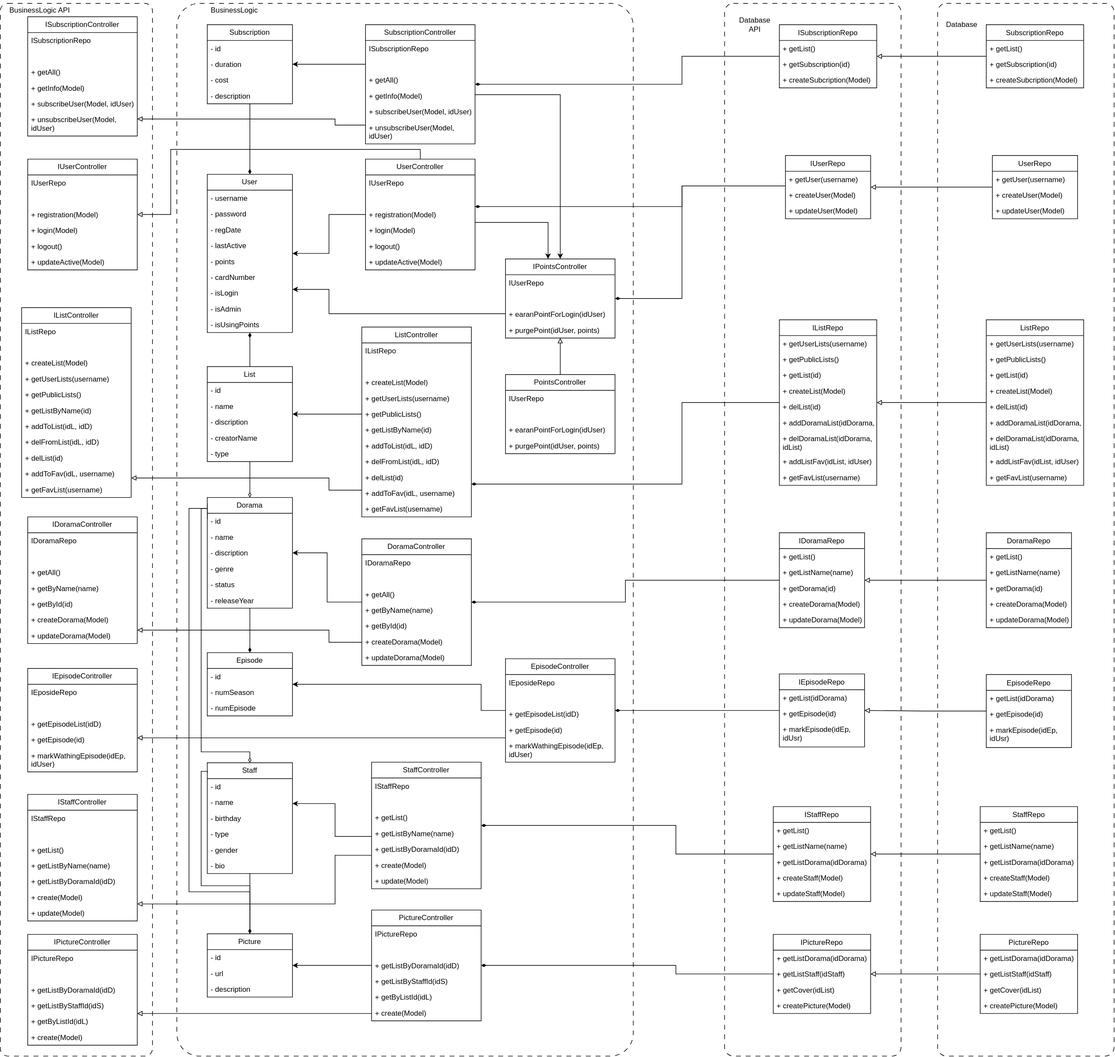
Before: docs/img/uml.svg, a diagram exported from draw.io (AskaryanKarine/DoramaSet). Source tidied: cells renumbered, new cells last; positions are measured from the earlier drawing's top-left corner, leaving out a move shared by most shapes.
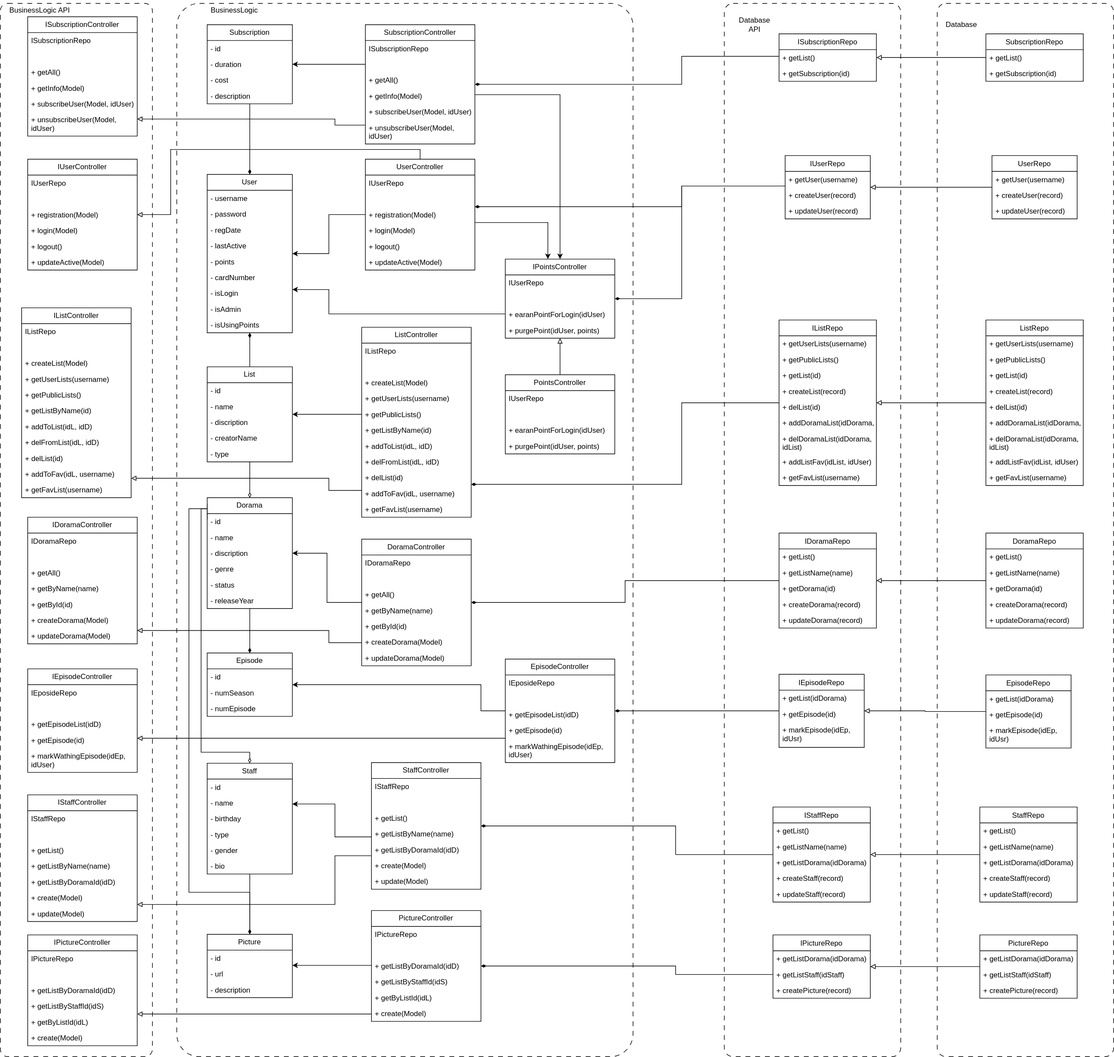
After the change.

The edit, as a diff of the source:
```diff
@@ -193,16 +193,6 @@
     <mxCell id="59" style="edgeStyle=orthogonalEdgeStyle;rounded=0;jettySize=auto;html=1;startArrow=diamondThin;startFill=1;endArrow=none;endFill=0;" parent="1" edge="1" source="62" target="43">
       <mxGeometry relative="1" as="geometry" />
     </mxCell>
-    <mxCell id="60" style="edgeStyle=orthogonalEdgeStyle;rounded=0;jettySize=auto;html=1;exitX=0.5;exitY=0;exitDx=0;exitDy=0;entryX=0.001;entryY=0.09;entryDx=0;entryDy=0;entryPerimeter=0;endArrow=none;endFill=0;" parent="1" edge="1" source="62" target="43">
-      <mxGeometry relative="1" as="geometry">
-        <Array as="points">
-          <mxPoint x="410" y="1455" />
-          <mxPoint x="330" y="1455" />
-          <mxPoint x="330" y="1267" />
-          <mxPoint x="340" y="1267" />
-        </Array>
-      </mxGeometry>
-    </mxCell>
     <mxCell id="61" style="edgeStyle=orthogonalEdgeStyle;rounded=0;jettySize=auto;html=1;endArrow=none;endFill=0;" parent="1" edge="1" source="62">
       <mxGeometry relative="1" as="geometry">
         <mxPoint x="340" y="853" as="targetPoint" />
@@ -463,7 +453,7 @@
     <mxCell id="125" value="+ getList(id)" style="text;strokeColor=none;fillColor=none;align=left;verticalAlign=top;spacingLeft=4;spacingRight=4;overflow=hidden;" parent="122" vertex="1">
       <mxGeometry y="78" width="160" height="26" as="geometry" />
     </mxCell>
-    <mxCell id="126" value="+ createList(Model)" style="text;strokeColor=none;fillColor=none;align=left;verticalAlign=top;spacingLeft=4;spacingRight=4;overflow=hidden;" parent="122" vertex="1">
+    <mxCell id="126" value="+ createList(record)" style="text;strokeColor=none;fillColor=none;align=left;verticalAlign=top;spacingLeft=4;spacingRight=4;overflow=hidden;" parent="122" vertex="1">
       <mxGeometry y="104" width="160" height="26" as="geometry" />
     </mxCell>
     <mxCell id="127" value="+ delList(id)" style="text;strokeColor=none;fillColor=none;align=left;verticalAlign=top;spacingLeft=4;spacingRight=4;overflow=hidden;" parent="122" vertex="1">
@@ -482,25 +472,25 @@
       <mxGeometry y="246" width="160" height="26" as="geometry" />
     </mxCell>
     <mxCell id="132" value="IDoramaRepo" style="swimlane;fontStyle=0;horizontal=1;startSize=26;fillColor=none;" parent="1" vertex="1">
-      <mxGeometry x="1280" y="875" width="140" height="156" as="geometry" />
+      <mxGeometry x="1280" y="875" width="160" height="156" as="geometry" />
     </mxCell>
     <mxCell id="133" value="+ getList()" style="text;strokeColor=none;fillColor=none;align=left;verticalAlign=top;spacingLeft=4;spacingRight=4;overflow=hidden;" parent="132" vertex="1">
-      <mxGeometry y="26" width="140" height="26" as="geometry" />
+      <mxGeometry y="26" width="160" height="26" as="geometry" />
     </mxCell>
     <mxCell id="134" value="+ getListName(name)" style="text;strokeColor=none;fillColor=none;align=left;verticalAlign=top;spacingLeft=4;spacingRight=4;overflow=hidden;" parent="132" vertex="1">
-      <mxGeometry y="52" width="140" height="26" as="geometry" />
+      <mxGeometry y="52" width="160" height="26" as="geometry" />
     </mxCell>
     <mxCell id="135" value="+ getDorama(id)" style="text;strokeColor=none;fillColor=none;align=left;verticalAlign=top;spacingLeft=4;spacingRight=4;overflow=hidden;" parent="132" vertex="1">
-      <mxGeometry y="78" width="140" height="26" as="geometry" />
+      <mxGeometry y="78" width="160" height="26" as="geometry" />
     </mxCell>
-    <mxCell id="136" value="+ createDorama(Model)" style="text;strokeColor=none;fillColor=none;align=left;verticalAlign=top;spacingLeft=4;spacingRight=4;overflow=hidden;" parent="132" vertex="1">
-      <mxGeometry y="104" width="140" height="26" as="geometry" />
+    <mxCell id="136" value="+ createDorama(record)" style="text;strokeColor=none;fillColor=none;align=left;verticalAlign=top;spacingLeft=4;spacingRight=4;overflow=hidden;" parent="132" vertex="1">
+      <mxGeometry y="104" width="160" height="26" as="geometry" />
     </mxCell>
-    <mxCell id="137" value="+ updateDorama(Model)" style="text;strokeColor=none;fillColor=none;align=left;verticalAlign=top;spacingLeft=4;spacingRight=4;overflow=hidden;" parent="132" vertex="1">
-      <mxGeometry y="130" width="140" height="26" as="geometry" />
+    <mxCell id="137" value="+ updateDorama(record)" style="text;strokeColor=none;fillColor=none;align=left;verticalAlign=top;spacingLeft=4;spacingRight=4;overflow=hidden;" parent="132" vertex="1">
+      <mxGeometry y="130" width="160" height="26" as="geometry" />
     </mxCell>
     <mxCell id="138" value="ISubscriptionRepo" style="swimlane;fontStyle=0;horizontal=1;startSize=26;fillColor=none;" parent="1" vertex="1">
-      <mxGeometry x="1280" y="40" width="160" height="104" as="geometry" />
+      <mxGeometry x="1280" y="55" width="160" height="78" as="geometry" />
     </mxCell>
     <mxCell id="139" value="+ getList()" style="text;strokeColor=none;fillColor=none;align=left;verticalAlign=top;spacingLeft=4;spacingRight=4;overflow=hidden;" parent="138" vertex="1">
       <mxGeometry y="26" width="160" height="26" as="geometry" />
@@ -508,19 +498,16 @@
     <mxCell id="140" value="+ getSubscription(id)" style="text;strokeColor=none;fillColor=none;align=left;verticalAlign=top;spacingLeft=4;spacingRight=4;overflow=hidden;" parent="138" vertex="1">
       <mxGeometry y="52" width="160" height="26" as="geometry" />
     </mxCell>
-    <mxCell id="141" value="+ createSubcription(Model)" style="text;strokeColor=none;fillColor=none;align=left;verticalAlign=top;spacingLeft=4;spacingRight=4;overflow=hidden;" parent="138" vertex="1">
-      <mxGeometry y="78" width="160" height="26" as="geometry" />
-    </mxCell>
     <mxCell id="142" value="IUserRepo" style="swimlane;fontStyle=0;horizontal=1;startSize=26;fillColor=none;" parent="1" vertex="1">
       <mxGeometry x="1290" y="255" width="140" height="104" as="geometry" />
     </mxCell>
     <mxCell id="143" value="+ getUser(username)" style="text;strokeColor=none;fillColor=none;align=left;verticalAlign=top;spacingLeft=4;spacingRight=4;overflow=hidden;" parent="142" vertex="1">
       <mxGeometry y="26" width="140" height="26" as="geometry" />
     </mxCell>
-    <mxCell id="144" value="+ createUser(Model)" style="text;strokeColor=none;fillColor=none;align=left;verticalAlign=top;spacingLeft=4;spacingRight=4;overflow=hidden;" parent="142" vertex="1">
+    <mxCell id="144" value="+ createUser(record)" style="text;strokeColor=none;fillColor=none;align=left;verticalAlign=top;spacingLeft=4;spacingRight=4;overflow=hidden;" parent="142" vertex="1">
       <mxGeometry y="52" width="140" height="26" as="geometry" />
     </mxCell>
-    <mxCell id="145" value="+ updateUser(Model)" style="text;strokeColor=none;fillColor=none;align=left;verticalAlign=top;spacingLeft=4;spacingRight=4;overflow=hidden;" parent="142" vertex="1">
+    <mxCell id="145" value="+ updateUser(record)" style="text;strokeColor=none;fillColor=none;align=left;verticalAlign=top;spacingLeft=4;spacingRight=4;overflow=hidden;" parent="142" vertex="1">
       <mxGeometry y="78" width="140" height="26" as="geometry" />
     </mxCell>
     <mxCell id="146" value="IStaffRepo" style="swimlane;fontStyle=0;horizontal=1;startSize=26;fillColor=none;" parent="1" vertex="1">
@@ -535,14 +522,14 @@
     <mxCell id="149" value="+ getListDorama(idDorama)" style="text;strokeColor=none;fillColor=none;align=left;verticalAlign=top;spacingLeft=4;spacingRight=4;overflow=hidden;" parent="146" vertex="1">
       <mxGeometry y="78" width="160" height="26" as="geometry" />
     </mxCell>
-    <mxCell id="150" value="+ createStaff(Model)" style="text;strokeColor=none;fillColor=none;align=left;verticalAlign=top;spacingLeft=4;spacingRight=4;overflow=hidden;" parent="146" vertex="1">
+    <mxCell id="150" value="+ createStaff(record)" style="text;strokeColor=none;fillColor=none;align=left;verticalAlign=top;spacingLeft=4;spacingRight=4;overflow=hidden;" parent="146" vertex="1">
       <mxGeometry y="104" width="160" height="26" as="geometry" />
     </mxCell>
-    <mxCell id="151" value="+ updateStaff(Model)" style="text;strokeColor=none;fillColor=none;align=left;verticalAlign=top;spacingLeft=4;spacingRight=4;overflow=hidden;" parent="146" vertex="1">
+    <mxCell id="151" value="+ updateStaff(record)" style="text;strokeColor=none;fillColor=none;align=left;verticalAlign=top;spacingLeft=4;spacingRight=4;overflow=hidden;" parent="146" vertex="1">
       <mxGeometry y="130" width="160" height="26" as="geometry" />
     </mxCell>
     <mxCell id="152" value="IPictureRepo" style="swimlane;fontStyle=0;horizontal=1;startSize=26;fillColor=none;" parent="1" vertex="1">
-      <mxGeometry x="1270" y="1535" width="160" height="130" as="geometry" />
+      <mxGeometry x="1270" y="1535" width="160" height="104" as="geometry" />
     </mxCell>
     <mxCell id="153" value="+ getListDorama(idDorama)" style="text;strokeColor=none;fillColor=none;align=left;verticalAlign=top;spacingLeft=4;spacingRight=4;overflow=hidden;" parent="152" vertex="1">
       <mxGeometry y="26" width="160" height="26" as="geometry" />
@@ -550,11 +537,8 @@
     <mxCell id="154" value="+ getListStaff(idStaff)" style="text;strokeColor=none;fillColor=none;align=left;verticalAlign=top;spacingLeft=4;spacingRight=4;overflow=hidden;" parent="152" vertex="1">
       <mxGeometry y="52" width="160" height="26" as="geometry" />
     </mxCell>
-    <mxCell id="155" value="+ getCover(idList)" style="text;strokeColor=none;fillColor=none;align=left;verticalAlign=top;spacingLeft=4;spacingRight=4;overflow=hidden;" parent="152" vertex="1">
-      <mxGeometry y="78" width="160" height="26" as="geometry" />
-    </mxCell>
-    <mxCell id="156" value="+ createPicture(Model)" style="text;strokeColor=none;fillColor=none;align=left;verticalAlign=top;spacingLeft=4;spacingRight=4;overflow=hidden;" parent="152" vertex="1">
-      <mxGeometry y="104" width="160" height="26" as="geometry" />
+    <mxCell id="156" value="+ createPicture(record)" style="text;strokeColor=none;fillColor=none;align=left;verticalAlign=top;spacingLeft=4;spacingRight=4;overflow=hidden;" parent="152" vertex="1">
+      <mxGeometry y="78" width="160" height="26" as="geometry" />
     </mxCell>
     <mxCell id="157" style="edgeStyle=orthogonalEdgeStyle;rounded=0;jettySize=auto;html=1;startArrow=none;startFill=0;endArrow=block;endFill=0;" parent="1" edge="1" source="158" target="122">
       <mxGeometry relative="1" as="geometry" />
@@ -571,7 +555,7 @@
     <mxCell id="161" value="+ getList(id)" style="text;strokeColor=none;fillColor=none;align=left;verticalAlign=top;spacingLeft=4;spacingRight=4;overflow=hidden;" parent="158" vertex="1">
       <mxGeometry y="78" width="160" height="26" as="geometry" />
     </mxCell>
-    <mxCell id="162" value="+ createList(Model)" style="text;strokeColor=none;fillColor=none;align=left;verticalAlign=top;spacingLeft=4;spacingRight=4;overflow=hidden;" parent="158" vertex="1">
+    <mxCell id="162" value="+ createList(record)" style="text;strokeColor=none;fillColor=none;align=left;verticalAlign=top;spacingLeft=4;spacingRight=4;overflow=hidden;" parent="158" vertex="1">
       <mxGeometry y="104" width="160" height="26" as="geometry" />
     </mxCell>
     <mxCell id="163" value="+ delList(id)" style="text;strokeColor=none;fillColor=none;align=left;verticalAlign=top;spacingLeft=4;spacingRight=4;overflow=hidden;" parent="158" vertex="1">
@@ -593,28 +577,28 @@
       <mxGeometry relative="1" as="geometry" />
     </mxCell>
     <mxCell id="169" value="DoramaRepo" style="swimlane;fontStyle=0;horizontal=1;startSize=26;fillColor=none;" parent="1" vertex="1">
-      <mxGeometry x="1620" y="875" width="140" height="156" as="geometry" />
+      <mxGeometry x="1620" y="875" width="160" height="156" as="geometry" />
     </mxCell>
     <mxCell id="170" value="+ getList()" style="text;strokeColor=none;fillColor=none;align=left;verticalAlign=top;spacingLeft=4;spacingRight=4;overflow=hidden;" parent="169" vertex="1">
-      <mxGeometry y="26" width="140" height="26" as="geometry" />
+      <mxGeometry y="26" width="160" height="26" as="geometry" />
     </mxCell>
     <mxCell id="171" value="+ getListName(name)" style="text;strokeColor=none;fillColor=none;align=left;verticalAlign=top;spacingLeft=4;spacingRight=4;overflow=hidden;" parent="169" vertex="1">
-      <mxGeometry y="52" width="140" height="26" as="geometry" />
+      <mxGeometry y="52" width="160" height="26" as="geometry" />
     </mxCell>
     <mxCell id="172" value="+ getDorama(id)" style="text;strokeColor=none;fillColor=none;align=left;verticalAlign=top;spacingLeft=4;spacingRight=4;overflow=hidden;" parent="169" vertex="1">
-      <mxGeometry y="78" width="140" height="26" as="geometry" />
+      <mxGeometry y="78" width="160" height="26" as="geometry" />
     </mxCell>
-    <mxCell id="173" value="+ createDorama(Model)" style="text;strokeColor=none;fillColor=none;align=left;verticalAlign=top;spacingLeft=4;spacingRight=4;overflow=hidden;" parent="169" vertex="1">
-      <mxGeometry y="104" width="140" height="26" as="geometry" />
+    <mxCell id="173" value="+ createDorama(record)" style="text;strokeColor=none;fillColor=none;align=left;verticalAlign=top;spacingLeft=4;spacingRight=4;overflow=hidden;" parent="169" vertex="1">
+      <mxGeometry y="104" width="160" height="26" as="geometry" />
     </mxCell>
-    <mxCell id="174" value="+ updateDorama(Model)" style="text;strokeColor=none;fillColor=none;align=left;verticalAlign=top;spacingLeft=4;spacingRight=4;overflow=hidden;" parent="169" vertex="1">
-      <mxGeometry y="130" width="140" height="26" as="geometry" />
+    <mxCell id="174" value="+ updateDorama(record)" style="text;strokeColor=none;fillColor=none;align=left;verticalAlign=top;spacingLeft=4;spacingRight=4;overflow=hidden;" parent="169" vertex="1">
+      <mxGeometry y="130" width="160" height="26" as="geometry" />
     </mxCell>
     <mxCell id="175" style="edgeStyle=orthogonalEdgeStyle;rounded=0;jettySize=auto;html=1;startArrow=none;startFill=0;endArrow=block;endFill=0;" parent="1" edge="1" source="176" target="138">
       <mxGeometry relative="1" as="geometry" />
     </mxCell>
     <mxCell id="176" value="SubscriptionRepo" style="swimlane;fontStyle=0;horizontal=1;startSize=26;fillColor=none;" parent="1" vertex="1">
-      <mxGeometry x="1620" y="40" width="160" height="104" as="geometry" />
+      <mxGeometry x="1620" y="55" width="160" height="78" as="geometry" />
     </mxCell>
     <mxCell id="177" value="+ getList()" style="text;strokeColor=none;fillColor=none;align=left;verticalAlign=top;spacingLeft=4;spacingRight=4;overflow=hidden;" parent="176" vertex="1">
       <mxGeometry y="26" width="160" height="26" as="geometry" />
@@ -622,9 +606,6 @@
     <mxCell id="178" value="+ getSubscription(id)" style="text;strokeColor=none;fillColor=none;align=left;verticalAlign=top;spacingLeft=4;spacingRight=4;overflow=hidden;" parent="176" vertex="1">
       <mxGeometry y="52" width="160" height="26" as="geometry" />
     </mxCell>
-    <mxCell id="179" value="+ createSubcription(Model)" style="text;strokeColor=none;fillColor=none;align=left;verticalAlign=top;spacingLeft=4;spacingRight=4;overflow=hidden;" parent="176" vertex="1">
-      <mxGeometry y="78" width="160" height="26" as="geometry" />
-    </mxCell>
     <mxCell id="180" style="edgeStyle=orthogonalEdgeStyle;rounded=0;jettySize=auto;html=1;startArrow=none;startFill=0;endArrow=block;endFill=0;" parent="1" edge="1" source="181" target="142">
       <mxGeometry relative="1" as="geometry" />
     </mxCell>
@@ -634,10 +615,10 @@
     <mxCell id="182" value="+ getUser(username)" style="text;strokeColor=none;fillColor=none;align=left;verticalAlign=top;spacingLeft=4;spacingRight=4;overflow=hidden;" parent="181" vertex="1">
       <mxGeometry y="26" width="140" height="26" as="geometry" />
     </mxCell>
-    <mxCell id="183" value="+ createUser(Model)" style="text;strokeColor=none;fillColor=none;align=left;verticalAlign=top;spacingLeft=4;spacingRight=4;overflow=hidden;" parent="181" vertex="1">
+    <mxCell id="183" value="+ createUser(record)" style="text;strokeColor=none;fillColor=none;align=left;verticalAlign=top;spacingLeft=4;spacingRight=4;overflow=hidden;" parent="181" vertex="1">
       <mxGeometry y="52" width="140" height="26" as="geometry" />
     </mxCell>
-    <mxCell id="184" value="+ updateUser(Model)" style="text;strokeColor=none;fillColor=none;align=left;verticalAlign=top;spacingLeft=4;spacingRight=4;overflow=hidden;" parent="181" vertex="1">
+    <mxCell id="184" value="+ updateUser(record)" style="text;strokeColor=none;fillColor=none;align=left;verticalAlign=top;spacingLeft=4;spacingRight=4;overflow=hidden;" parent="181" vertex="1">
       <mxGeometry y="78" width="140" height="26" as="geometry" />
     </mxCell>
     <mxCell id="185" style="edgeStyle=orthogonalEdgeStyle;rounded=0;jettySize=auto;html=1;startArrow=none;startFill=0;endArrow=block;endFill=0;" parent="1" edge="1" source="186" target="146">
@@ -655,17 +636,17 @@
     <mxCell id="189" value="+ getListDorama(idDorama)" style="text;strokeColor=none;fillColor=none;align=left;verticalAlign=top;spacingLeft=4;spacingRight=4;overflow=hidden;" parent="186" vertex="1">
       <mxGeometry y="78" width="160" height="26" as="geometry" />
     </mxCell>
-    <mxCell id="190" value="+ createStaff(Model)" style="text;strokeColor=none;fillColor=none;align=left;verticalAlign=top;spacingLeft=4;spacingRight=4;overflow=hidden;" parent="186" vertex="1">
+    <mxCell id="190" value="+ createStaff(record)" style="text;strokeColor=none;fillColor=none;align=left;verticalAlign=top;spacingLeft=4;spacingRight=4;overflow=hidden;" parent="186" vertex="1">
       <mxGeometry y="104" width="160" height="26" as="geometry" />
     </mxCell>
-    <mxCell id="191" value="+ updateStaff(Model)" style="text;strokeColor=none;fillColor=none;align=left;verticalAlign=top;spacingLeft=4;spacingRight=4;overflow=hidden;" parent="186" vertex="1">
+    <mxCell id="191" value="+ updateStaff(record)" style="text;strokeColor=none;fillColor=none;align=left;verticalAlign=top;spacingLeft=4;spacingRight=4;overflow=hidden;" parent="186" vertex="1">
       <mxGeometry y="130" width="160" height="26" as="geometry" />
     </mxCell>
     <mxCell id="192" style="edgeStyle=orthogonalEdgeStyle;rounded=0;jettySize=auto;html=1;startArrow=none;startFill=0;endArrow=block;endFill=0;" parent="1" edge="1" source="193" target="152">
       <mxGeometry relative="1" as="geometry" />
     </mxCell>
     <mxCell id="193" value="PictureRepo" style="swimlane;fontStyle=0;horizontal=1;startSize=26;fillColor=none;" parent="1" vertex="1">
-      <mxGeometry x="1610" y="1535" width="160" height="130" as="geometry" />
+      <mxGeometry x="1610" y="1535" width="160" height="104" as="geometry" />
     </mxCell>
     <mxCell id="194" value="+ getListDorama(idDorama)" style="text;strokeColor=none;fillColor=none;align=left;verticalAlign=top;spacingLeft=4;spacingRight=4;overflow=hidden;" parent="193" vertex="1">
       <mxGeometry y="26" width="160" height="26" as="geometry" />
@@ -673,11 +654,8 @@
     <mxCell id="195" value="+ getListStaff(idStaff)" style="text;strokeColor=none;fillColor=none;align=left;verticalAlign=top;spacingLeft=4;spacingRight=4;overflow=hidden;" parent="193" vertex="1">
       <mxGeometry y="52" width="160" height="26" as="geometry" />
     </mxCell>
-    <mxCell id="196" value="+ getCover(idList)" style="text;strokeColor=none;fillColor=none;align=left;verticalAlign=top;spacingLeft=4;spacingRight=4;overflow=hidden;" parent="193" vertex="1">
-      <mxGeometry y="78" width="160" height="26" as="geometry" />
-    </mxCell>
-    <mxCell id="197" value="+ createPicture(Model)" style="text;strokeColor=none;fillColor=none;align=left;verticalAlign=top;spacingLeft=4;spacingRight=4;overflow=hidden;" parent="193" vertex="1">
-      <mxGeometry y="104" width="160" height="26" as="geometry" />
+    <mxCell id="197" value="+ createPicture(record)" style="text;strokeColor=none;fillColor=none;align=left;verticalAlign=top;spacingLeft=4;spacingRight=4;overflow=hidden;" parent="193" vertex="1">
+      <mxGeometry y="78" width="160" height="26" as="geometry" />
     </mxCell>
     <mxCell id="198" value="Database API" style="text;html=1;strokeColor=none;fillColor=none;align=center;verticalAlign=middle;whiteSpace=wrap;rounded=0;" parent="1" vertex="1">
       <mxGeometry x="1210" y="25" width="60" height="30" as="geometry" />
```
